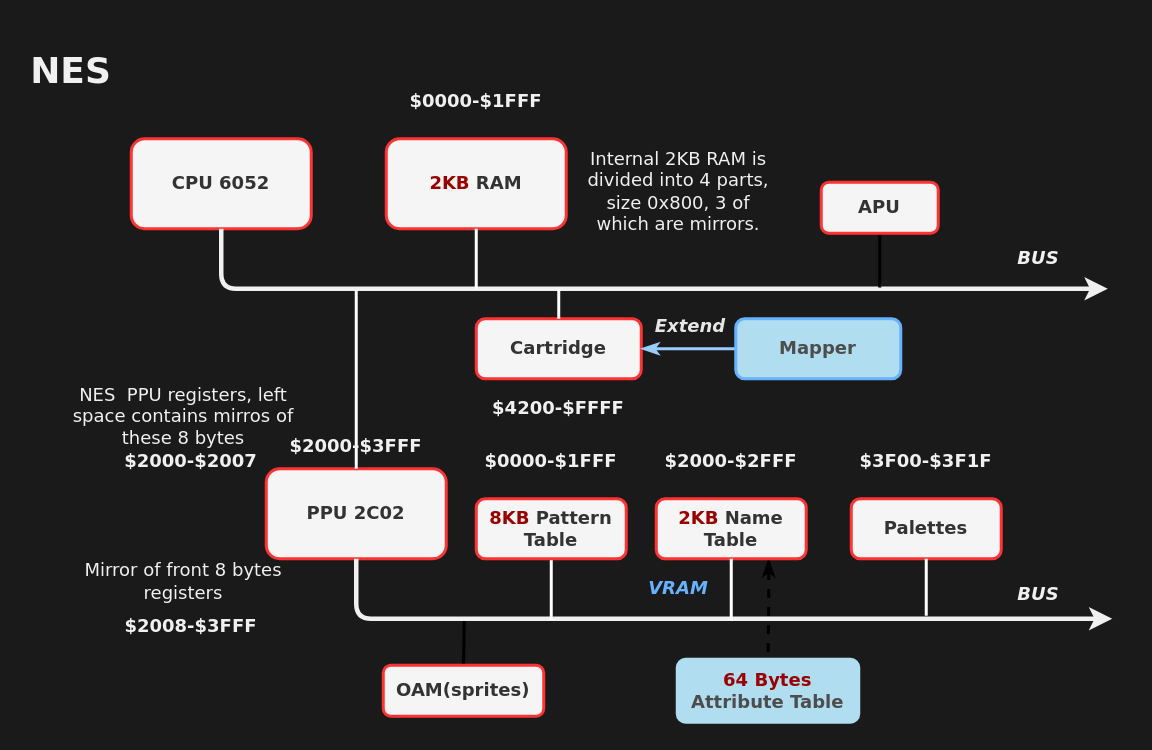
Earlier version of the draw.io diagram assets/nes_structure.drawio (HangX-Ma/tinynes). Source tidied: cells renumbered, new cells numbered last; positions are measured from the earlier drawing's top-left corner, leaving out a move shared by most shapes. Both pictures are drawn from the tidied source at 150%, with x=0, y=0 at pixel (26, 48).
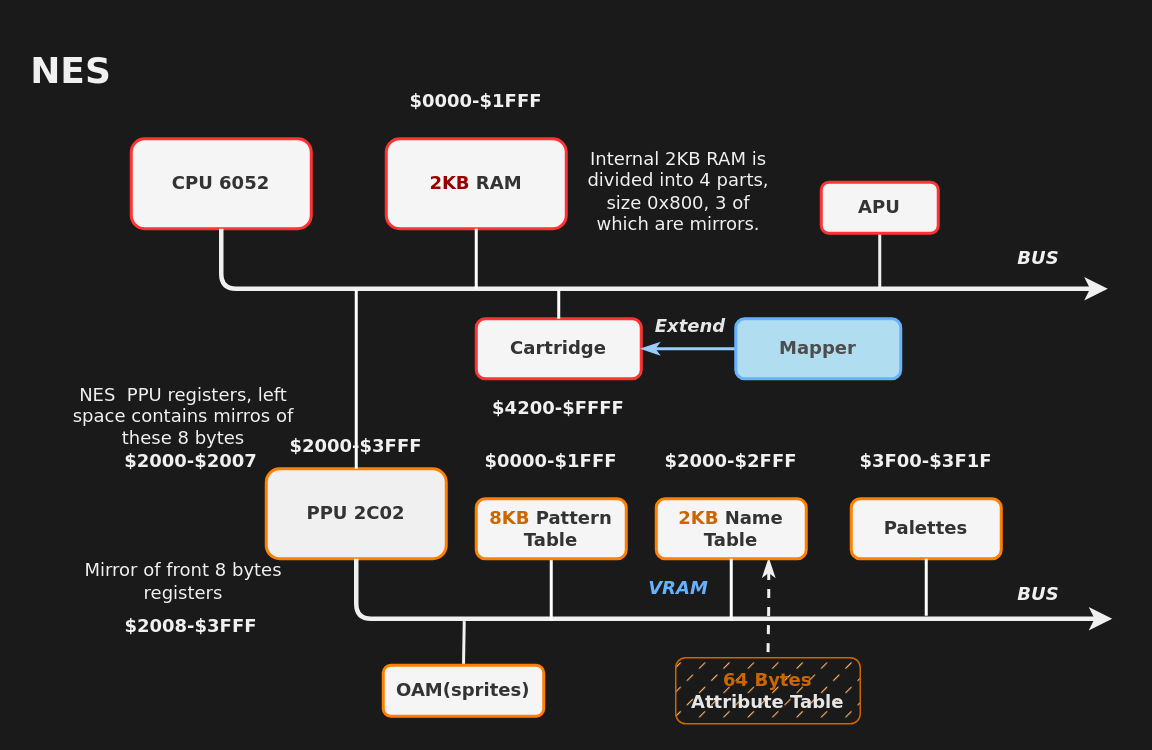
The same page after the edit.

Commit message (it also covers changes not shown here):
docs: update nes memory map .svg

The change refers to these unchanged cells:
```xml
<mxCell id="37" value="APU" style="whiteSpace=wrap;html=1;fontFamily=Verdana;fontStyle=1;labelBackgroundColor=none;rounded=1;glass=0;shadow=0;fillColor=#f5f5f5;strokeColor=#FF3333;fillStyle=solid;fontColor=#333333;labelBorderColor=none;strokeWidth=2;" parent="1" vertex="1">
  <mxGeometry x="530" y="89" width="78" height="34" as="geometry" />
</mxCell>
```

What changed in the source:
```diff
@@
-    <mxCell id="10" value="PPU 2C02" style="whiteSpace=wrap;html=1;fontFamily=Verdana;fontStyle=1;labelBackgroundColor=none;rounded=1;glass=0;shadow=0;fillColor=#f5f5f5;strokeColor=#FF3333;fillStyle=solid;fontColor=#333333;labelBorderColor=none;strokeWidth=2;" parent="1" vertex="1">
+    <mxCell id="10" value="PPU 2C02" style="whiteSpace=wrap;html=1;fontFamily=Verdana;fontStyle=1;labelBackgroundColor=none;rounded=1;glass=0;shadow=0;fillColor=#F0F0F0;strokeColor=#FF8000;fillStyle=solid;fontColor=#333333;labelBorderColor=none;strokeWidth=2;" parent="1" vertex="1">
       <mxGeometry x="160" y="280" width="120" height="60" as="geometry" />
     </mxCell>
@@
-    <mxCell id="18" value="&lt;font color=&quot;#990000&quot;&gt;8KB&lt;/font&gt; Pattern Table" style="whiteSpace=wrap;html=1;fontFamily=Verdana;fontStyle=1;labelBackgroundColor=none;rounded=1;glass=0;shadow=0;fillColor=#f5f5f5;strokeColor=#FF3333;fillStyle=solid;fontColor=#333333;labelBorderColor=none;strokeWidth=2;" parent="1" vertex="1">
+    <mxCell id="18" value="&lt;font color=&quot;#cc6600&quot;&gt;8KB&lt;/font&gt; Pattern Table" style="whiteSpace=wrap;html=1;fontFamily=Verdana;fontStyle=1;labelBackgroundColor=none;rounded=1;glass=0;shadow=0;fillColor=#f5f5f5;strokeColor=#FF8000;fillStyle=solid;fontColor=#333333;labelBorderColor=none;strokeWidth=2;" parent="1" vertex="1">
       <mxGeometry x="300" y="300" width="100" height="40" as="geometry" />
     </mxCell>
-    <mxCell id="19" style="edgeStyle=orthogonalEdgeStyle;html=1;exitX=0.75;exitY=1;exitDx=0;exitDy=0;entryX=0.5;entryY=0;entryDx=0;entryDy=0;strokeWidth=2;fontColor=#990000;endArrow=none;endFill=0;startArrow=classicThin;startFill=1;dashed=1;" parent="1" edge="1" source="20" target="40">
+    <mxCell id="19" style="edgeStyle=orthogonalEdgeStyle;html=1;exitX=0.75;exitY=1;exitDx=0;exitDy=0;entryX=0.5;entryY=0;entryDx=0;entryDy=0;strokeWidth=2;fontColor=#990000;endArrow=none;endFill=0;startArrow=classicThin;startFill=1;dashed=1;strokeColor=#F0F0F0;" parent="1" edge="1" source="20" target="40">
       <mxGeometry relative="1" as="geometry" />
     </mxCell>
-    <mxCell id="20" value="&lt;font color=&quot;#990000&quot;&gt;2KB&lt;/font&gt; Name Table" style="whiteSpace=wrap;html=1;fontFamily=Verdana;fontStyle=1;labelBackgroundColor=none;rounded=1;glass=0;shadow=0;fillColor=#f5f5f5;strokeColor=#FF3333;fillStyle=solid;fontColor=#333333;labelBorderColor=none;strokeWidth=2;" parent="1" vertex="1">
+    <mxCell id="20" value="&lt;font color=&quot;#cc6600&quot;&gt;2KB&lt;/font&gt; Name Table" style="whiteSpace=wrap;html=1;fontFamily=Verdana;fontStyle=1;labelBackgroundColor=none;rounded=1;glass=0;shadow=0;fillColor=#f5f5f5;strokeColor=#FF8000;fillStyle=solid;fontColor=#333333;labelBorderColor=none;strokeWidth=2;" parent="1" vertex="1">
       <mxGeometry x="420" y="300" width="100" height="40" as="geometry" />
     </mxCell>
-    <mxCell id="21" value="Palettes" style="whiteSpace=wrap;html=1;fontFamily=Verdana;fontStyle=1;labelBackgroundColor=none;rounded=1;glass=0;shadow=0;fillColor=#f5f5f5;strokeColor=#FF3333;fillStyle=solid;fontColor=#333333;labelBorderColor=none;strokeWidth=2;" parent="1" vertex="1">
+    <mxCell id="21" value="Palettes" style="whiteSpace=wrap;html=1;fontFamily=Verdana;fontStyle=1;labelBackgroundColor=none;rounded=1;glass=0;shadow=0;fillColor=#f5f5f5;strokeColor=#FF8000;fillStyle=solid;fontColor=#333333;labelBorderColor=none;strokeWidth=2;" parent="1" vertex="1">
       <mxGeometry x="550" y="300" width="100" height="40" as="geometry" />
     </mxCell>
@@
-    <mxCell id="36" style="edgeStyle=none;html=1;exitX=0.5;exitY=1;exitDx=0;exitDy=0;fontColor=#333333;endArrow=none;endFill=0;strokeWidth=2;" parent="1" edge="1" source="37">
+    <mxCell id="36" style="edgeStyle=none;html=1;exitX=0.5;exitY=1;exitDx=0;exitDy=0;fontColor=#333333;endArrow=none;endFill=0;strokeWidth=2;strokeColor=#F0F0F0;" parent="1" edge="1" source="37">
       <mxGeometry relative="1" as="geometry">
         <mxPoint x="569" y="159.2" as="targetPoint" />
       </mxGeometry>
     </mxCell>
@@
-    <mxCell id="38" style="edgeStyle=none;html=1;exitX=0.5;exitY=0;exitDx=0;exitDy=0;strokeWidth=2;fontColor=#333333;endArrow=none;endFill=0;" parent="1" edge="1" source="39">
+    <mxCell id="38" style="edgeStyle=none;html=1;exitX=0.5;exitY=0;exitDx=0;exitDy=0;strokeWidth=2;fontColor=#333333;endArrow=none;endFill=0;strokeColor=#F0F0F0;" parent="1" edge="1" source="39">
       <mxGeometry relative="1" as="geometry">
         <mxPoint x="292" y="381.6" as="targetPoint" />
       </mxGeometry>
     </mxCell>
-    <mxCell id="39" value="OAM(sprites)" style="whiteSpace=wrap;html=1;fontFamily=Verdana;fontStyle=1;labelBackgroundColor=none;rounded=1;glass=0;shadow=0;fillColor=#f5f5f5;strokeColor=#FF3333;fillStyle=solid;fontColor=#333333;labelBorderColor=none;strokeWidth=2;" parent="1" vertex="1">
+    <mxCell id="39" value="OAM(sprites)" style="whiteSpace=wrap;html=1;fontFamily=Verdana;fontStyle=1;labelBackgroundColor=none;rounded=1;glass=0;shadow=0;fillColor=#f5f5f5;strokeColor=#FF8000;fillStyle=solid;fontColor=#333333;labelBorderColor=none;strokeWidth=2;" parent="1" vertex="1">
       <mxGeometry x="238" y="411" width="107" height="34" as="geometry" />
     </mxCell>
-    <mxCell id="40" value="&lt;font&gt;&lt;font color=&quot;#990000&quot;&gt;64 Bytes&lt;/font&gt; Attribute Table&lt;/font&gt;" style="whiteSpace=wrap;html=1;fontFamily=Verdana;fontStyle=1;labelBackgroundColor=none;rounded=1;glass=0;shadow=0;fillColor=#b1ddf0;strokeColor=none;fillStyle=solid;labelBorderColor=none;strokeWidth=2;fontColor=#4D4D4D;" parent="1" vertex="1">
+    <mxCell id="40" value="&lt;font&gt;&lt;font color=&quot;#cc6600&quot;&gt;64 Bytes&lt;/font&gt; &lt;font color=&quot;#e6e6e6&quot;&gt;Attribute Table&lt;/font&gt;&lt;/font&gt;" style="whiteSpace=wrap;html=1;fontFamily=Verdana;fontStyle=1;labelBackgroundColor=none;rounded=1;glass=0;shadow=0;fillColor=#FFB366;strokeColor=#CC6600;fillStyle=dashed;labelBorderColor=none;strokeWidth=1;fontColor=#4D4D4D;perimeterSpacing=2;gradientColor=none;" parent="1" vertex="1">
       <mxGeometry x="433" y="406" width="123" height="44" as="geometry" />
     </mxCell>
```
